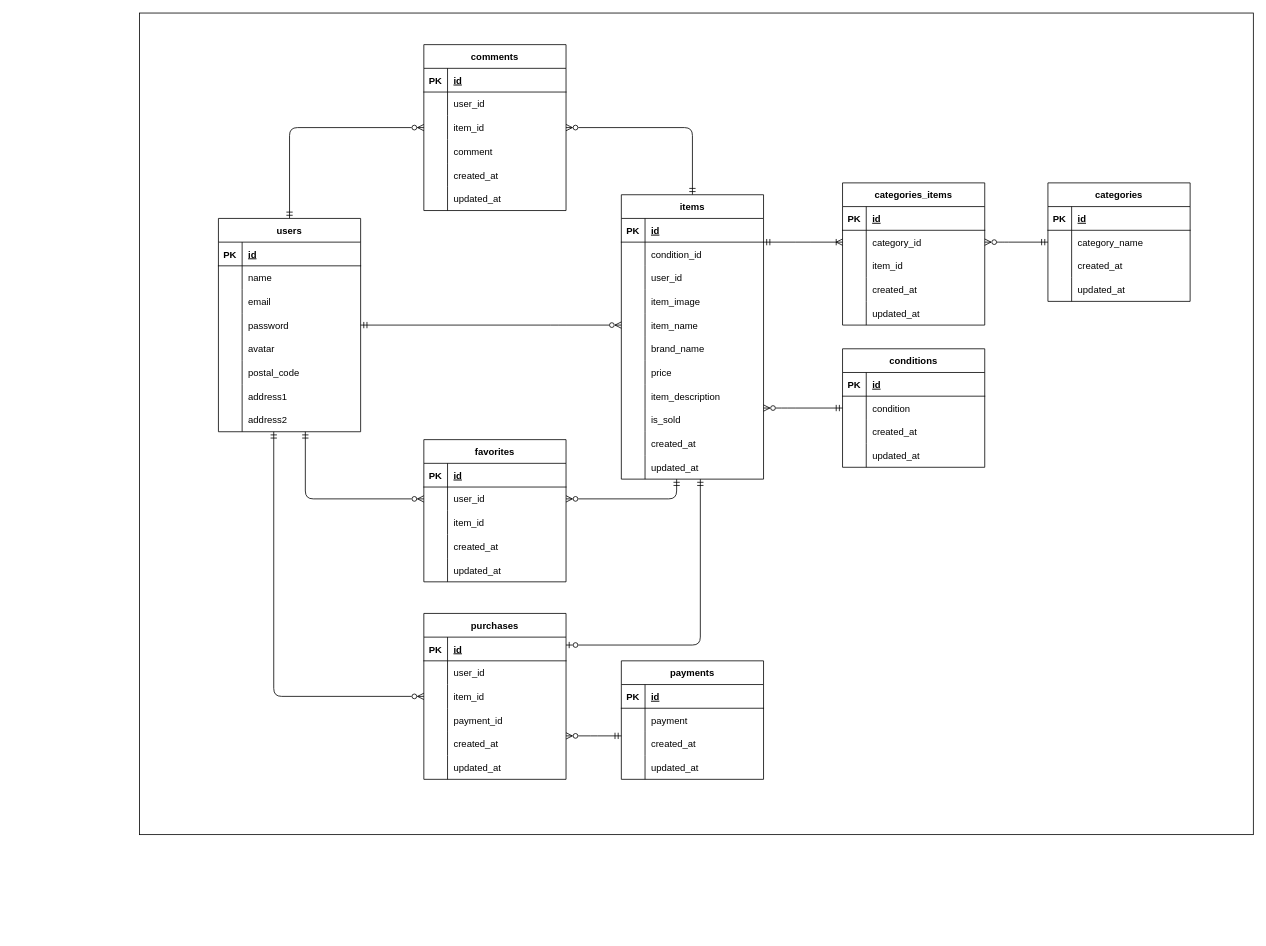
This is ER.drawio from klaboworks/coachtech_freemarket, a draw.io file, before an edit. Source tidied: cells renumbered, new cells numbered last; positions are measured from the earlier drawing's top-left corner, leaving out a move shared by most shapes. Both pictures are drawn from the tidied source at 79%, with x=0, y=0 at pixel (139, 13).
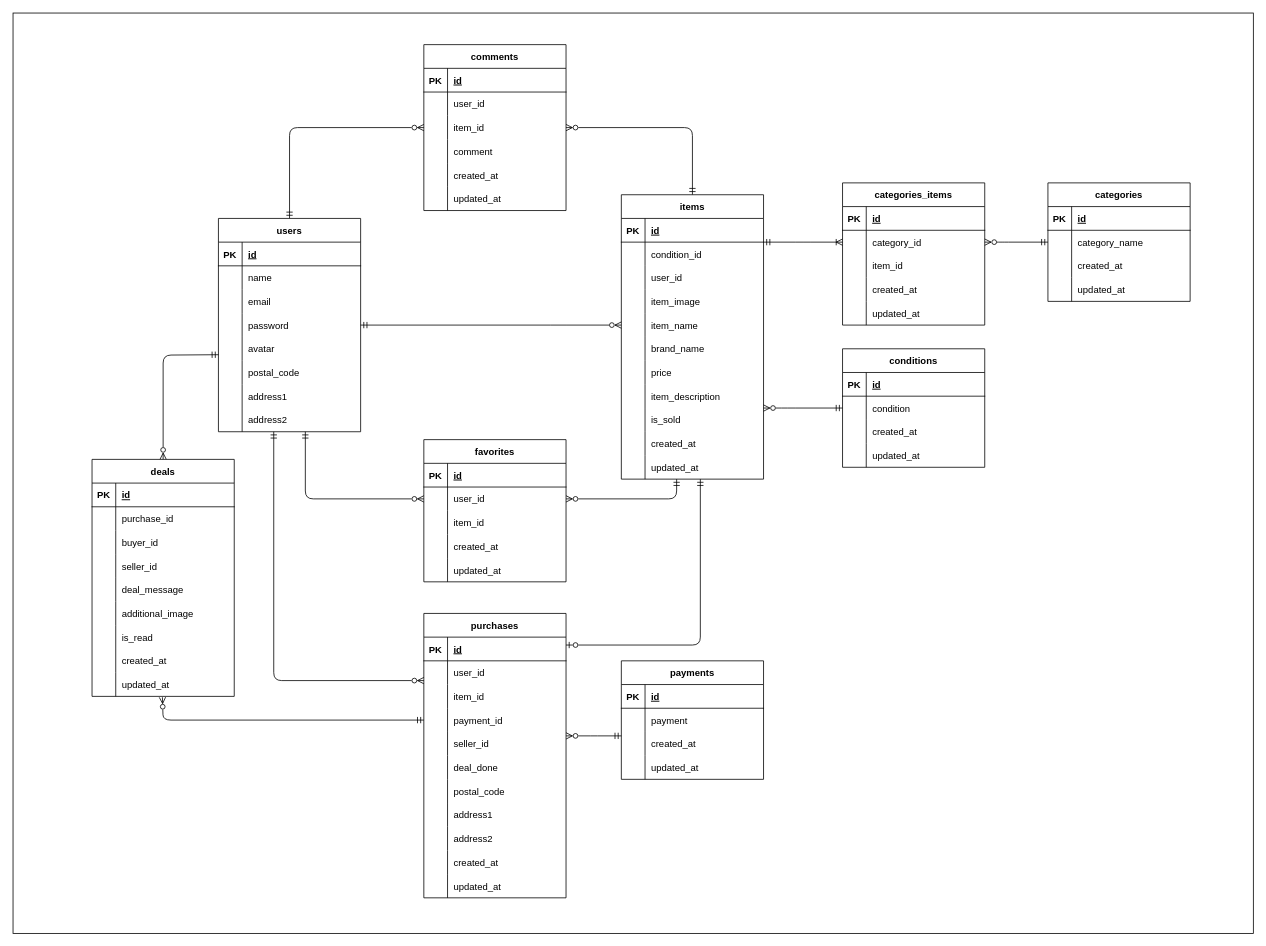
The same page after the edit.

The change refers to these unchanged cells:
```xml
<mxCell id="6" value="users" style="shape=table;startSize=30;childLayout=tableLayout;rowLines=0;fontStyle=1;align=center;" parent="1" vertex="1">
  <mxGeometry x="100" y="260" width="180" height="270" as="geometry" />
</mxCell>
<mxCell id="20" style="shape=partialRectangle;fillColor=none;top=0;left=0;bottom=0;right=0;overflow=hidden;" parent="19" vertex="1">
  <mxGeometry width="30" height="30" as="geometry" />
</mxCell>
<mxCell id="160" style="shape=partialRectangle;fillColor=none;top=0;left=0;bottom=0;right=0;overflow=hidden;" parent="159" vertex="1">
  <mxGeometry width="30" height="30" as="geometry" />
</mxCell>
```

The edit, as a diff of the source:
```diff
@@
     <mxCell id="2" style="rounded=0;whiteSpace=wrap;html=1;" parent="1" vertex="1">
-      <mxGeometry width="1410" height="1040" as="geometry" />
+      <mxGeometry x="-160" width="1570" height="1165" as="geometry" />
     </mxCell>
@@
     <mxCell id="5" style="edgeStyle=orthogonalEdgeStyle;html=1;startArrow=ERmandOne;startFill=0;endArrow=ERzeroToMany;endFill=0;" parent="1" edge="1" source="6" target="149">
       <mxGeometry relative="1" as="geometry">
         <Array as="points">
-          <mxPoint x="170" y="865" />
+          <mxPoint x="170" y="845" />
         </Array>
       </mxGeometry>
     </mxCell>
@@
     <mxCell id="149" value="purchases" style="shape=table;startSize=30;childLayout=tableLayout;rowLines=0;fontStyle=1;align=center;" parent="1" vertex="1">
-      <mxGeometry x="360" y="760" width="180" height="210" as="geometry" />
+      <mxGeometry x="360" y="760" width="180" height="360" as="geometry" />
     </mxCell>
@@
+    <mxCell id="182" style="shape=tableRow;horizontal=0;startSize=0;swimlaneHead=0;swimlaneBody=0;fillColor=none;top=0;left=0;right=0;bottom=0;" parent="149" vertex="1">
+      <mxGeometry y="150" width="180" height="30" as="geometry" />
+    </mxCell>
+    <mxCell id="183" style="shape=partialRectangle;fillColor=none;top=0;left=0;bottom=0;right=0;overflow=hidden;" parent="182" vertex="1">
+      <mxGeometry width="30" height="30" as="geometry" />
+    </mxCell>
+    <mxCell id="184" value="seller_id" style="shape=partialRectangle;fillColor=none;top=0;left=0;bottom=0;right=0;align=left;spacingLeft=6;overflow=hidden;" parent="182" vertex="1">
+      <mxGeometry x="30" width="150" height="30" as="geometry" />
+    </mxCell>
+    <mxCell id="185" style="shape=tableRow;horizontal=0;startSize=0;swimlaneHead=0;swimlaneBody=0;fillColor=none;top=0;left=0;right=0;bottom=0;" parent="149" vertex="1">
+      <mxGeometry y="180" width="180" height="30" as="geometry" />
+    </mxCell>
+    <mxCell id="186" style="shape=partialRectangle;fillColor=none;top=0;left=0;bottom=0;right=0;overflow=hidden;" parent="185" vertex="1">
+      <mxGeometry width="30" height="30" as="geometry" />
+    </mxCell>
+    <mxCell id="187" value="deal_done " style="shape=partialRectangle;fillColor=none;top=0;left=0;bottom=0;right=0;align=left;spacingLeft=6;overflow=hidden;" parent="185" vertex="1">
+      <mxGeometry x="30" width="150" height="30" as="geometry" />
+    </mxCell>
+    <mxCell id="188" style="shape=tableRow;horizontal=0;startSize=0;swimlaneHead=0;swimlaneBody=0;fillColor=none;top=0;left=0;right=0;bottom=0;" parent="149" vertex="1">
+      <mxGeometry y="210" width="180" height="30" as="geometry" />
+    </mxCell>
+    <mxCell id="189" style="shape=partialRectangle;fillColor=none;top=0;left=0;bottom=0;right=0;overflow=hidden;" parent="188" vertex="1">
+      <mxGeometry width="30" height="30" as="geometry" />
+    </mxCell>
+    <mxCell id="190" value="postal_code" style="shape=partialRectangle;fillColor=none;top=0;left=0;bottom=0;right=0;align=left;spacingLeft=6;overflow=hidden;" parent="188" vertex="1">
+      <mxGeometry x="30" width="150" height="30" as="geometry" />
+    </mxCell>
+    <mxCell id="191" style="shape=tableRow;horizontal=0;startSize=0;swimlaneHead=0;swimlaneBody=0;fillColor=none;top=0;left=0;right=0;bottom=0;" parent="149" vertex="1">
+      <mxGeometry y="240" width="180" height="30" as="geometry" />
+    </mxCell>
+    <mxCell id="192" style="shape=partialRectangle;fillColor=none;top=0;left=0;bottom=0;right=0;overflow=hidden;" parent="191" vertex="1">
+      <mxGeometry width="30" height="30" as="geometry" />
+    </mxCell>
+    <mxCell id="193" value="address1" style="shape=partialRectangle;fillColor=none;top=0;left=0;bottom=0;right=0;align=left;spacingLeft=6;overflow=hidden;" parent="191" vertex="1">
+      <mxGeometry x="30" width="150" height="30" as="geometry" />
+    </mxCell>
+    <mxCell id="194" style="shape=tableRow;horizontal=0;startSize=0;swimlaneHead=0;swimlaneBody=0;fillColor=none;top=0;left=0;right=0;bottom=0;" parent="149" vertex="1">
+      <mxGeometry y="270" width="180" height="30" as="geometry" />
+    </mxCell>
+    <mxCell id="195" style="shape=partialRectangle;fillColor=none;top=0;left=0;bottom=0;right=0;overflow=hidden;" parent="194" vertex="1">
+      <mxGeometry width="30" height="30" as="geometry" />
+    </mxCell>
+    <mxCell id="196" value="address2" style="shape=partialRectangle;fillColor=none;top=0;left=0;bottom=0;right=0;align=left;spacingLeft=6;overflow=hidden;" parent="194" vertex="1">
+      <mxGeometry x="30" width="150" height="30" as="geometry" />
+    </mxCell>
     <mxCell id="162" style="shape=tableRow;horizontal=0;startSize=0;swimlaneHead=0;swimlaneBody=0;fillColor=none;top=0;left=0;right=0;bottom=0;" parent="149" vertex="1">
-      <mxGeometry y="150" width="180" height="30" as="geometry" />
+      <mxGeometry y="300" width="180" height="30" as="geometry" />
     </mxCell>
@@
     <mxCell id="165" style="shape=tableRow;horizontal=0;startSize=0;swimlaneHead=0;swimlaneBody=0;fillColor=none;top=0;left=0;right=0;bottom=0;" parent="149" vertex="1">
-      <mxGeometry y="180" width="180" height="30" as="geometry" />
+      <mxGeometry y="330" width="180" height="30" as="geometry" />
     </mxCell>
@@
+    <mxCell id="197" style="edgeStyle=none;html=1;exitX=0.5;exitY=0;exitDx=0;exitDy=0;entryX=0;entryY=0.75;entryDx=0;entryDy=0;startArrow=ERzeroToMany;startFill=0;endArrow=ERmandOne;endFill=0;" parent="1" edge="1" source="198" target="20">
+      <mxGeometry relative="1" as="geometry">
+        <Array as="points">
+          <mxPoint x="30" y="433" />
+        </Array>
+      </mxGeometry>
+    </mxCell>
+    <mxCell id="198" value="deals" style="shape=table;startSize=30;childLayout=tableLayout;rowLines=0;fontStyle=1;align=center;" parent="1" vertex="1">
+      <mxGeometry x="-60" y="565" width="180" height="300" as="geometry" />
+    </mxCell>
+    <mxCell id="199" style="shape=tableRow;horizontal=0;startSize=0;swimlaneHead=0;swimlaneBody=0;fillColor=none;top=0;left=0;right=0;bottom=1;" parent="198" vertex="1">
+      <mxGeometry y="30" width="180" height="30" as="geometry" />
+    </mxCell>
+    <mxCell id="200" value="PK" style="shape=partialRectangle;fillColor=none;top=0;left=0;bottom=0;right=0;fontStyle=1;overflow=hidden;" parent="199" vertex="1">
+      <mxGeometry width="30" height="30" as="geometry" />
+    </mxCell>
+    <mxCell id="201" value="id" style="shape=partialRectangle;fillColor=none;top=0;left=0;bottom=0;right=0;align=left;spacingLeft=6;fontStyle=5;overflow=hidden;" parent="199" vertex="1">
+      <mxGeometry x="30" width="150" height="30" as="geometry" />
+    </mxCell>
+    <mxCell id="202" style="shape=tableRow;horizontal=0;startSize=0;swimlaneHead=0;swimlaneBody=0;fillColor=none;top=0;left=0;right=0;bottom=0;" parent="198" vertex="1">
+      <mxGeometry y="60" width="180" height="30" as="geometry" />
+    </mxCell>
+    <mxCell id="203" style="shape=partialRectangle;fillColor=none;top=0;left=0;bottom=0;right=0;overflow=hidden;" parent="202" vertex="1">
+      <mxGeometry width="30" height="30" as="geometry" />
+    </mxCell>
+    <mxCell id="204" value="purchase_id" style="shape=partialRectangle;fillColor=none;top=0;left=0;bottom=0;right=0;align=left;spacingLeft=6;overflow=hidden;" parent="202" vertex="1">
+      <mxGeometry x="30" width="150" height="30" as="geometry" />
+    </mxCell>
+    <mxCell id="205" style="shape=tableRow;horizontal=0;startSize=0;swimlaneHead=0;swimlaneBody=0;fillColor=none;top=0;left=0;right=0;bottom=0;" parent="198" vertex="1">
+      <mxGeometry y="90" width="180" height="30" as="geometry" />
+    </mxCell>
+    <mxCell id="206" style="shape=partialRectangle;fillColor=none;top=0;left=0;bottom=0;right=0;overflow=hidden;" parent="205" vertex="1">
+      <mxGeometry width="30" height="30" as="geometry" />
+    </mxCell>
+    <mxCell id="207" value="buyer_id" style="shape=partialRectangle;fillColor=none;top=0;left=0;bottom=0;right=0;align=left;spacingLeft=6;overflow=hidden;" parent="205" vertex="1">
+      <mxGeometry x="30" width="150" height="30" as="geometry" />
+    </mxCell>
+    <mxCell id="208" style="shape=tableRow;horizontal=0;startSize=0;swimlaneHead=0;swimlaneBody=0;fillColor=none;top=0;left=0;right=0;bottom=0;" parent="198" vertex="1">
+      <mxGeometry y="120" width="180" height="30" as="geometry" />
+    </mxCell>
+    <mxCell id="209" style="shape=partialRectangle;fillColor=none;top=0;left=0;bottom=0;right=0;overflow=hidden;" parent="208" vertex="1">
+      <mxGeometry width="30" height="30" as="geometry" />
+    </mxCell>
+    <mxCell id="210" value="seller_id" style="shape=partialRectangle;fillColor=none;top=0;left=0;bottom=0;right=0;align=left;spacingLeft=6;overflow=hidden;" parent="208" vertex="1">
+      <mxGeometry x="30" width="150" height="30" as="geometry" />
+    </mxCell>
+    <mxCell id="211" style="shape=tableRow;horizontal=0;startSize=0;swimlaneHead=0;swimlaneBody=0;fillColor=none;top=0;left=0;right=0;bottom=0;" parent="198" vertex="1">
+      <mxGeometry y="150" width="180" height="30" as="geometry" />
+    </mxCell>
+    <mxCell id="212" style="shape=partialRectangle;fillColor=none;top=0;left=0;bottom=0;right=0;overflow=hidden;" parent="211" vertex="1">
+      <mxGeometry width="30" height="30" as="geometry" />
+    </mxCell>
+    <mxCell id="213" value="deal_message" style="shape=partialRectangle;fillColor=none;top=0;left=0;bottom=0;right=0;align=left;spacingLeft=6;overflow=hidden;" parent="211" vertex="1">
+      <mxGeometry x="30" width="150" height="30" as="geometry" />
+    </mxCell>
+    <mxCell id="214" style="shape=tableRow;horizontal=0;startSize=0;swimlaneHead=0;swimlaneBody=0;fillColor=none;top=0;left=0;right=0;bottom=0;" parent="198" vertex="1">
+      <mxGeometry y="180" width="180" height="30" as="geometry" />
+    </mxCell>
+    <mxCell id="215" style="shape=partialRectangle;fillColor=none;top=0;left=0;bottom=0;right=0;overflow=hidden;" parent="214" vertex="1">
+      <mxGeometry width="30" height="30" as="geometry" />
+    </mxCell>
+    <mxCell id="216" value="additional_image" style="shape=partialRectangle;fillColor=none;top=0;left=0;bottom=0;right=0;align=left;spacingLeft=6;overflow=hidden;" parent="214" vertex="1">
+      <mxGeometry x="30" width="150" height="30" as="geometry" />
+    </mxCell>
+    <mxCell id="217" style="shape=tableRow;horizontal=0;startSize=0;swimlaneHead=0;swimlaneBody=0;fillColor=none;top=0;left=0;right=0;bottom=0;" parent="198" vertex="1">
+      <mxGeometry y="210" width="180" height="30" as="geometry" />
+    </mxCell>
+    <mxCell id="218" style="shape=partialRectangle;fillColor=none;top=0;left=0;bottom=0;right=0;overflow=hidden;" parent="217" vertex="1">
+      <mxGeometry width="30" height="30" as="geometry" />
+    </mxCell>
+    <mxCell id="219" value="is_read" style="shape=partialRectangle;fillColor=none;top=0;left=0;bottom=0;right=0;align=left;spacingLeft=6;overflow=hidden;" parent="217" vertex="1">
+      <mxGeometry x="30" width="150" height="30" as="geometry" />
+    </mxCell>
+    <mxCell id="220" style="shape=tableRow;horizontal=0;startSize=0;swimlaneHead=0;swimlaneBody=0;fillColor=none;top=0;left=0;right=0;bottom=0;" parent="198" vertex="1">
+      <mxGeometry y="240" width="180" height="30" as="geometry" />
+    </mxCell>
+    <mxCell id="221" style="shape=partialRectangle;fillColor=none;top=0;left=0;bottom=0;right=0;overflow=hidden;" parent="220" vertex="1">
+      <mxGeometry width="30" height="30" as="geometry" />
+    </mxCell>
+    <mxCell id="222" value="created_at" style="shape=partialRectangle;fillColor=none;top=0;left=0;bottom=0;right=0;align=left;spacingLeft=6;overflow=hidden;" parent="220" vertex="1">
+      <mxGeometry x="30" width="150" height="30" as="geometry" />
+    </mxCell>
+    <mxCell id="223" style="shape=tableRow;horizontal=0;startSize=0;swimlaneHead=0;swimlaneBody=0;fillColor=none;top=0;left=0;right=0;bottom=0;" parent="198" vertex="1">
+      <mxGeometry y="270" width="180" height="30" as="geometry" />
+    </mxCell>
+    <mxCell id="224" style="shape=partialRectangle;fillColor=none;top=0;left=0;bottom=0;right=0;overflow=hidden;" parent="223" vertex="1">
+      <mxGeometry width="30" height="30" as="geometry" />
+    </mxCell>
+    <mxCell id="225" value="updated_at" style="shape=partialRectangle;fillColor=none;top=0;left=0;bottom=0;right=0;align=left;spacingLeft=6;overflow=hidden;" parent="223" vertex="1">
+      <mxGeometry x="30" width="150" height="30" as="geometry" />
+    </mxCell>
+    <mxCell id="226" style="edgeStyle=none;html=1;entryX=0.394;entryY=1.036;entryDx=0;entryDy=0;entryPerimeter=0;startArrow=ERmandOne;startFill=0;endArrow=ERzeroToMany;endFill=0;" parent="1" edge="1" source="160" target="225">
+      <mxGeometry relative="1" as="geometry">
+        <Array as="points">
+          <mxPoint x="30" y="895" />
+        </Array>
+      </mxGeometry>
+    </mxCell>
```
